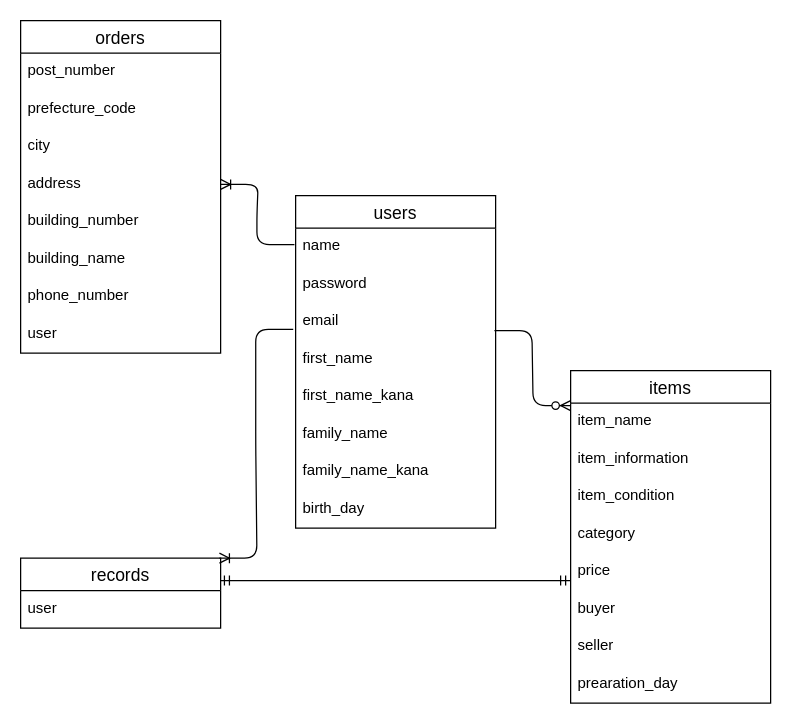
Before: test.dio in kuzuyu/furima-37291, a draw.io diagram. Source tidied: cells renumbered, new cells numbered last; positions are measured from the earlier drawing's top-left corner, leaving out a move shared by most shapes. Both pictures are drawn from the tidied source at 125%, with x=0, y=0 at pixel (20, 20).
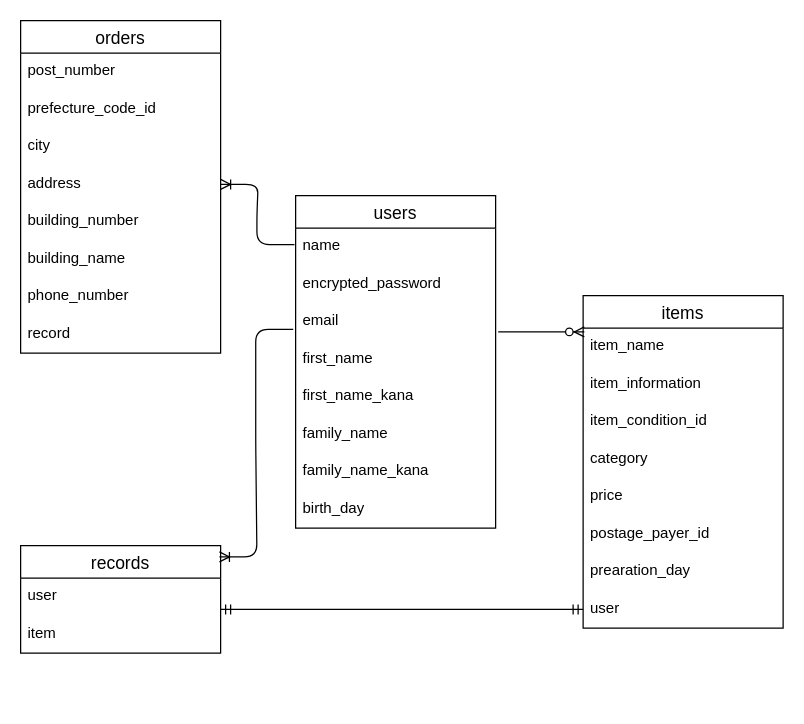
The same page after the edit.

Commit message (it also covers changes not shown here):
DB設計・ER図の作成（修正）

The change refers to these unchanged cells:
```xml
<mxCell id="2" value="users" style="swimlane;fontStyle=0;horizontal=1;startSize=26;align=center;fontSize=14;" parent="1" vertex="1">
  <mxGeometry x="220" y="140" width="160" height="266" as="geometry" />
</mxCell>
<mxCell id="5" value="email" style="text;strokeColor=none;fillColor=none;spacingLeft=4;spacingRight=4;overflow=hidden;points=[[0,0.5],[1,0.5]];portConstraint=eastwest;fontSize=12;" parent="2" vertex="1">
  <mxGeometry y="86" width="160" height="30" as="geometry" />
</mxCell>
<mxCell id="11" value="orders" style="swimlane;fontStyle=0;horizontal=1;startSize=26;align=center;fontSize=14;" parent="1" vertex="1">
  <mxGeometry width="160" height="266" as="geometry" />
</mxCell>
<mxCell id="21" value="item_name" style="text;strokeColor=none;fillColor=none;spacingLeft=4;spacingRight=4;overflow=hidden;points=[[0,0.5],[1,0.5]];portConstraint=eastwest;fontSize=12;" parent="20" vertex="1">
  <mxGeometry y="26" width="160" height="30" as="geometry" />
</mxCell>
<mxCell id="25" value="price" style="text;strokeColor=none;fillColor=none;spacingLeft=4;spacingRight=4;overflow=hidden;points=[[0,0.5],[1,0.5]];portConstraint=eastwest;fontSize=12;" parent="20" vertex="1">
  <mxGeometry y="146" width="160" height="30" as="geometry" />
</mxCell>
```

Change to the diagram source:
```diff
@@
-    <mxCell id="4" value="password" style="text;strokeColor=none;fillColor=none;spacingLeft=4;spacingRight=4;overflow=hidden;fontSize=12;" parent="2" vertex="1">
+    <mxCell id="4" value="encrypted_password" style="text;strokeColor=none;fillColor=none;spacingLeft=4;spacingRight=4;overflow=hidden;fontSize=12;" parent="2" vertex="1">
       <mxGeometry y="56" width="160" height="30" as="geometry" />
     </mxCell>
@@
-    <mxCell id="13" value="prefecture_code" style="text;strokeColor=none;fillColor=none;spacingLeft=4;spacingRight=4;overflow=hidden;fontSize=12;" parent="11" vertex="1">
+    <mxCell id="13" value="prefecture_code_id" style="text;strokeColor=none;fillColor=none;spacingLeft=4;spacingRight=4;overflow=hidden;fontSize=12;" parent="11" vertex="1">
       <mxGeometry y="56" width="160" height="30" as="geometry" />
     </mxCell>
@@
-    <mxCell id="19" value="user" style="text;strokeColor=none;fillColor=none;spacingLeft=4;spacingRight=4;overflow=hidden;fontSize=12;" parent="11" vertex="1">
+    <mxCell id="19" value="record" style="text;strokeColor=none;fillColor=none;spacingLeft=4;spacingRight=4;overflow=hidden;fontSize=12;" parent="11" vertex="1">
       <mxGeometry y="236" width="160" height="30" as="geometry" />
     </mxCell>
     <mxCell id="20" value="items" style="swimlane;fontStyle=0;horizontal=1;startSize=26;align=center;fontSize=14;" parent="1" vertex="1">
-      <mxGeometry x="440" y="280" width="160" height="266" as="geometry" />
+      <mxGeometry x="450" y="220" width="160" height="266" as="geometry" />
     </mxCell>
@@
-    <mxCell id="23" value="item_condition" style="text;strokeColor=none;fillColor=none;spacingLeft=4;spacingRight=4;overflow=hidden;fontSize=12;" parent="20" vertex="1">
+    <mxCell id="23" value="item_condition_id" style="text;strokeColor=none;fillColor=none;spacingLeft=4;spacingRight=4;overflow=hidden;fontSize=12;" parent="20" vertex="1">
       <mxGeometry y="86" width="160" height="30" as="geometry" />
     </mxCell>
@@
-    <mxCell id="26" value="buyer " style="text;strokeColor=none;fillColor=none;spacingLeft=4;spacingRight=4;overflow=hidden;fontSize=12;" parent="20" vertex="1">
-      <mxGeometry y="176" width="160" height="30" as="geometry" />
-    </mxCell>
-    <mxCell id="27" value="seller" style="text;strokeColor=none;fillColor=none;spacingLeft=4;spacingRight=4;overflow=hidden;fontSize=12;" parent="20" vertex="1">
-      <mxGeometry y="206" width="160" height="30" as="geometry" />
-    </mxCell>
+    <mxCell id="35" value="postage_payer_id" style="text;strokeColor=none;fillColor=none;spacingLeft=4;spacingRight=4;overflow=hidden;fontSize=12;" parent="20" vertex="1">
+      <mxGeometry y="176" width="160" height="30" as="geometry" />
+    </mxCell>
     <mxCell id="28" value="prearation_day" style="text;strokeColor=none;fillColor=none;spacingLeft=4;spacingRight=4;overflow=hidden;fontSize=12;" parent="20" vertex="1">
-      <mxGeometry y="236" width="160" height="30" as="geometry" />
+      <mxGeometry y="206" width="160" height="30" as="geometry" />
     </mxCell>
+    <mxCell id="36" value="user" style="text;strokeColor=none;fillColor=none;spacingLeft=4;spacingRight=4;overflow=hidden;points=[[0,0.5],[1,0.5]];portConstraint=eastwest;fontSize=12;" parent="20" vertex="1">
+      <mxGeometry y="236" width="160" height="30" as="geometry" />
+    </mxCell>
-    <mxCell id="29" style="edgeStyle=entityRelationEdgeStyle;fontSize=12;html=1;endArrow=ERzeroToMany;endFill=1;entryX=0;entryY=0.066;entryDx=0;entryDy=0;entryPerimeter=0;exitX=0.994;exitY=0.733;exitDx=0;exitDy=0;exitPerimeter=0;" parent="1" edge="1" source="5" target="21">
+    <mxCell id="29" style="edgeStyle=entityRelationEdgeStyle;fontSize=12;html=1;endArrow=ERzeroToMany;endFill=1;entryX=0.006;entryY=0.1;entryDx=0;entryDy=0;entryPerimeter=0;exitX=1.013;exitY=0.767;exitDx=0;exitDy=0;exitPerimeter=0;" parent="1" edge="1" source="5" target="21">
       <mxGeometry relative="1" as="geometry" />
     </mxCell>
@@
-    <mxCell id="31" style="edgeStyle=entityRelationEdgeStyle;fontSize=12;html=1;endArrow=ERmandOne;startArrow=ERmandOne;exitX=0.994;exitY=0.321;exitDx=0;exitDy=0;exitPerimeter=0;entryX=0;entryY=0.733;entryDx=0;entryDy=0;entryPerimeter=0;" parent="1" edge="1" source="32" target="25">
-      <mxGeometry relative="1" as="geometry" />
-    </mxCell>
     <mxCell id="32" value="records" style="swimlane;fontStyle=0;horizontal=1;startSize=26;align=center;fontSize=14;" parent="1" vertex="1">
-      <mxGeometry y="430" width="160" height="56" as="geometry" />
+      <mxGeometry y="420" width="160" height="86" as="geometry" />
     </mxCell>
@@
+    <mxCell id="37" value="item" style="text;strokeColor=none;fillColor=none;spacingLeft=4;spacingRight=4;overflow=hidden;fontSize=12;" parent="32" vertex="1">
+      <mxGeometry y="56" width="160" height="30" as="geometry" />
+    </mxCell>
-    <mxCell id="34" style="edgeStyle=entityRelationEdgeStyle;fontSize=12;html=1;endArrow=ERoneToMany;exitX=-0.012;exitY=0.7;exitDx=0;exitDy=0;exitPerimeter=0;entryX=0.994;entryY=0;entryDx=0;entryDy=0;entryPerimeter=0;" parent="1" edge="1" source="5" target="32">
+    <mxCell id="34" style="edgeStyle=entityRelationEdgeStyle;fontSize=12;html=1;endArrow=ERoneToMany;exitX=-0.012;exitY=0.7;exitDx=0;exitDy=0;exitPerimeter=0;entryX=0.994;entryY=0.105;entryDx=0;entryDy=0;entryPerimeter=0;" parent="1" edge="1" source="5" target="32">
       <mxGeometry relative="1" as="geometry" />
     </mxCell>
+    <mxCell id="38" style="edgeStyle=entityRelationEdgeStyle;fontSize=12;html=1;endArrow=ERmandOne;startArrow=ERmandOne;" parent="1" edge="1" target="36">
+      <mxGeometry relative="1" as="geometry">
+        <mxPoint x="160" y="471" as="sourcePoint" />
+      </mxGeometry>
+    </mxCell>
```
